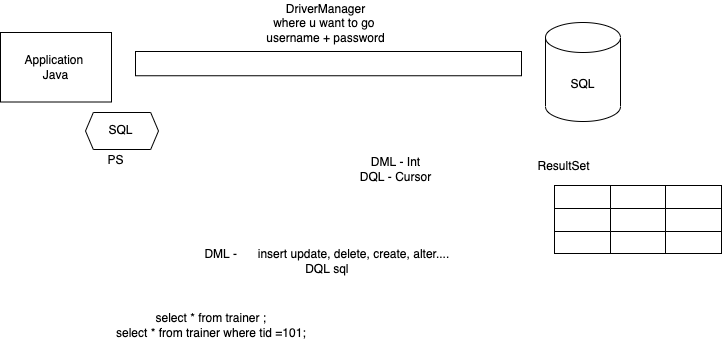
This is images/day5.drawio.png from adithnaveen/2022-jul-asde-jfs-sapient, a draw.io export, as it was before one commit. Source tidied: cells renumbered, new cells last; positions are measured from the earlier drawing's top-left corner, leaving out a move shared by most shapes.
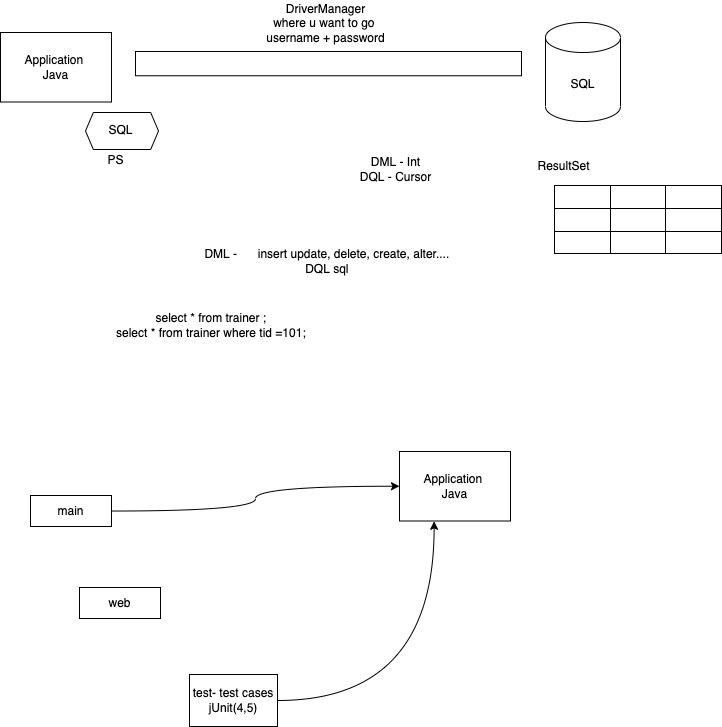
The same file after the commit.

What changed in the source:
```diff
@@ -74,5 +74,23 @@
     <mxCell id="25" value="select * from trainer ;&amp;nbsp;&lt;br&gt;select * from trainer where tid =101;&amp;nbsp;" style="text;html=1;align=center;verticalAlign=middle;strokeColor=none;fillColor=none;" parent="1" vertex="1">
       <mxGeometry x="110" y="309" width="203" height="32" as="geometry" />
     </mxCell>
+    <mxCell id="26" value="Application&amp;nbsp;&lt;br&gt;Java&lt;br&gt;" style="rounded=0;whiteSpace=wrap;html=1;" parent="1" vertex="1">
+      <mxGeometry x="399" y="451" width="111" height="69.5" as="geometry" />
+    </mxCell>
+    <mxCell id="27" style="edgeStyle=orthogonalEdgeStyle;html=1;curved=1;" parent="1" edge="1" source="28" target="26">
+      <mxGeometry relative="1" as="geometry" />
+    </mxCell>
+    <mxCell id="28" value="main" style="rounded=0;whiteSpace=wrap;html=1;" parent="1" vertex="1">
+      <mxGeometry x="30" y="495" width="81" height="31" as="geometry" />
+    </mxCell>
+    <mxCell id="29" value="web" style="rounded=0;whiteSpace=wrap;html=1;" parent="1" vertex="1">
+      <mxGeometry x="79" y="587" width="81" height="31" as="geometry" />
+    </mxCell>
+    <mxCell id="30" style="edgeStyle=orthogonalEdgeStyle;curved=1;html=1;entryX=0.312;entryY=1.004;entryDx=0;entryDy=0;entryPerimeter=0;" parent="1" edge="1" source="31" target="26">
+      <mxGeometry relative="1" as="geometry" />
+    </mxCell>
+    <mxCell id="31" value="test- test cases&lt;br&gt;jUnit(4,5)" style="rounded=0;whiteSpace=wrap;html=1;" parent="1" vertex="1">
+      <mxGeometry x="189" y="674" width="88" height="52" as="geometry" />
+    </mxCell>
   </root>
 </mxGraphModel>
```
